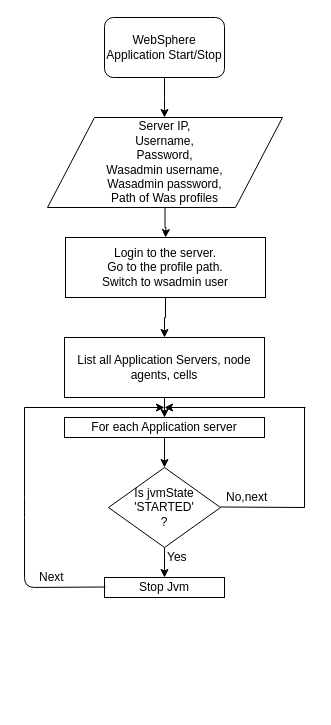
The draw.io diagram Untitled Diagram.drawio in shobith-chadaga/Angular-GettingStarted, before the edit. Source tidied: cells renumbered, new cells numbered last; positions are measured from the earlier drawing's top-left corner, leaving out a move shared by most shapes. Both pictures are drawn from the tidied source at 100%, with x=0, y=0 at pixel (24, 17).
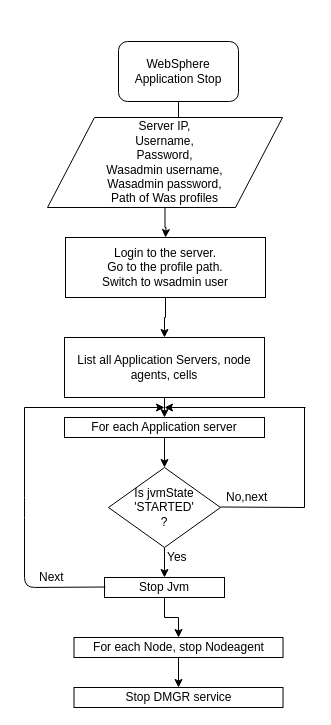
After the change.

Unchanged cells that the change refers to:
```xml
<mxCell id="5" value="Server IP,&lt;br&gt;Username,&lt;br&gt;Password,&lt;br&gt;Wasadmin username,&lt;br&gt;Wasadmin password,&lt;br&gt;Path of Was profiles" style="shape=parallelogram;perimeter=parallelogramPerimeter;whiteSpace=wrap;html=1;" parent="1" vertex="1">
  <mxGeometry x="23" y="100" width="235" height="90" as="geometry" />
</mxCell>
<mxCell id="14" value="Stop Jvm" style="rounded=0;whiteSpace=wrap;html=1;" parent="1" vertex="1">
  <mxGeometry x="80" y="560" width="120" height="20" as="geometry" />
</mxCell>
```

What changed in the source:
```diff
@@
-    <mxCell id="2" style="edgeStyle=orthogonalEdgeStyle;rounded=0;jettySize=auto;html=1;" parent="1" edge="1" source="3">
-      <mxGeometry relative="1" as="geometry">
-        <mxPoint x="140" y="100" as="targetPoint" />
-      </mxGeometry>
+    <mxCell id="2" style="edgeStyle=orthogonalEdgeStyle;rounded=0;jettySize=auto;html=1;entryX=0.5;entryY=0;entryDx=0;entryDy=0;" parent="1" edge="1" source="3" target="5">
+      <mxGeometry relative="1" as="geometry" />
     </mxCell>
-    <mxCell id="3" value="WebSphere Application Start/Stop" style="rounded=1;whiteSpace=wrap;html=1;" parent="1" vertex="1">
-      <mxGeometry x="80" width="120" height="60" as="geometry" />
+    <mxCell id="3" value="WebSphere Application Stop" style="rounded=1;whiteSpace=wrap;html=1;" parent="1" vertex="1">
+      <mxGeometry x="94" y="24" width="120" height="60" as="geometry" />
     </mxCell>
@@
+    <mxCell id="23" style="edgeStyle=orthogonalEdgeStyle;rounded=0;jettySize=auto;html=1;" parent="1" edge="1" source="14" target="25">
+      <mxGeometry relative="1" as="geometry" />
+    </mxCell>
@@
+    <mxCell id="24" style="edgeStyle=orthogonalEdgeStyle;rounded=0;jettySize=auto;html=1;" parent="1" edge="1" source="25" target="26">
+      <mxGeometry relative="1" as="geometry" />
+    </mxCell>
+    <mxCell id="25" value="For each Node, stop Nodeagent" style="rounded=0;whiteSpace=wrap;html=1;" parent="1" vertex="1">
+      <mxGeometry x="49.5" y="620" width="209" height="20" as="geometry" />
+    </mxCell>
+    <mxCell id="26" value="Stop DMGR service" style="rounded=0;whiteSpace=wrap;html=1;" parent="1" vertex="1">
+      <mxGeometry x="49.5" y="670" width="209" height="20" as="geometry" />
+    </mxCell>
```
